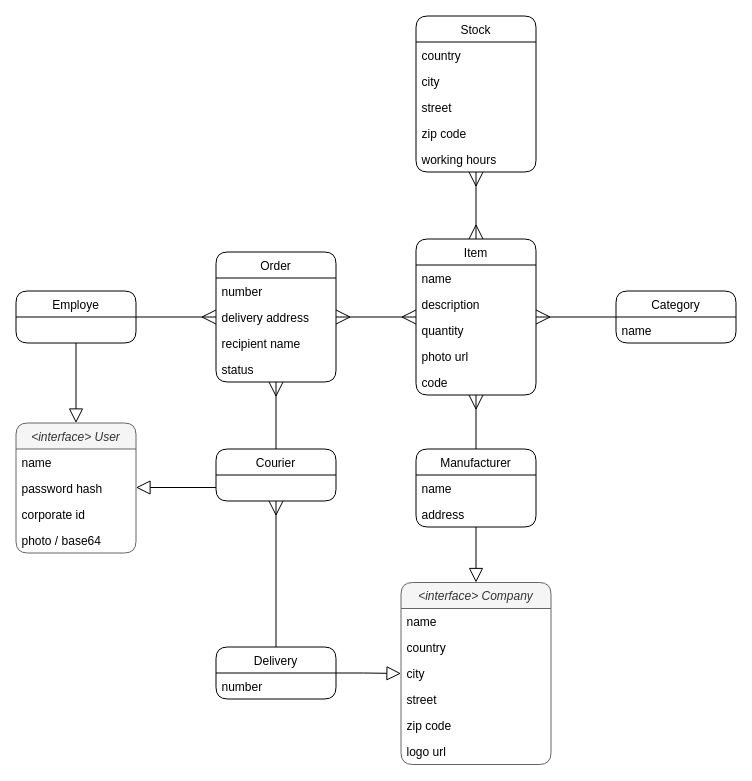
The draw.io diagram page "current version" (2 of 3) of docs/Inventory.drawio in doomkit/inventory, before the edit. Source tidied: cells renumbered, new cells numbered last; positions are measured from the earlier drawing's top-left corner, leaving out a move shared by most shapes. Both pictures are drawn from the tidied source at 100%, with x=0, y=0 at pixel (15, 15).
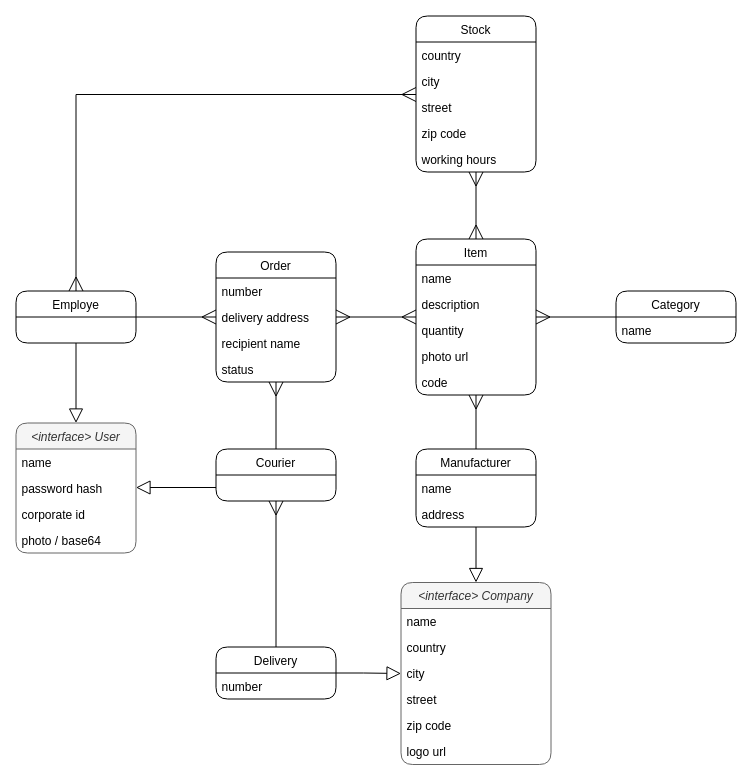
The same page after the edit.

The change refers to these unchanged cells:
```xml
<mxCell id="4" value="Stock" style="swimlane;fontStyle=0;horizontal=1;startSize=26;gradientColor=none;swimlaneFillColor=#ffffff;rounded=1;" parent="2" vertex="1">
  <mxGeometry y="-13" width="120" height="156" as="geometry" />
</mxCell>
<mxCell id="31" value="Employe" style="swimlane;fontStyle=0;horizontal=1;startSize=26;gradientColor=none;swimlaneFillColor=#ffffff;rounded=1;" parent="1" vertex="1">
  <mxGeometry x="0.5" y="275.5" width="120" height="52" as="geometry" />
</mxCell>
```

What changed in the source:
```diff
@@
+    <mxCell id="52" style="edgeStyle=orthogonalEdgeStyle;rounded=0;jettySize=auto;html=1;exitX=0.5;exitY=0;exitDx=0;exitDy=0;endFill=0;endArrow=ERmany;endSize=12;startFill=0;startArrow=ERmany;startSize=12;" parent="1" edge="1" source="31" target="4">
+      <mxGeometry relative="1" as="geometry">
+        <Array as="points">
+          <mxPoint x="61" y="79" />
+        </Array>
+      </mxGeometry>
+    </mxCell>
```
